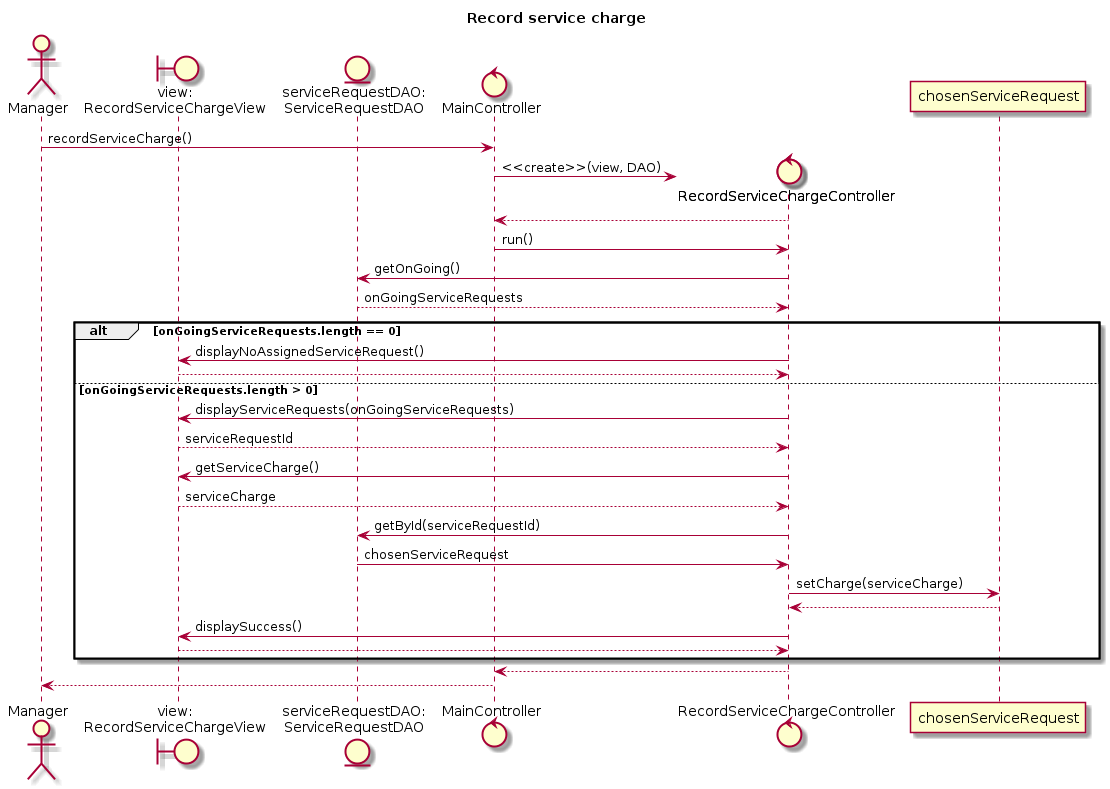
Above: sequence-diagrams/recordServiceCharge.png in wongjiahau/software-design-assignment (PlantUML), before the change.
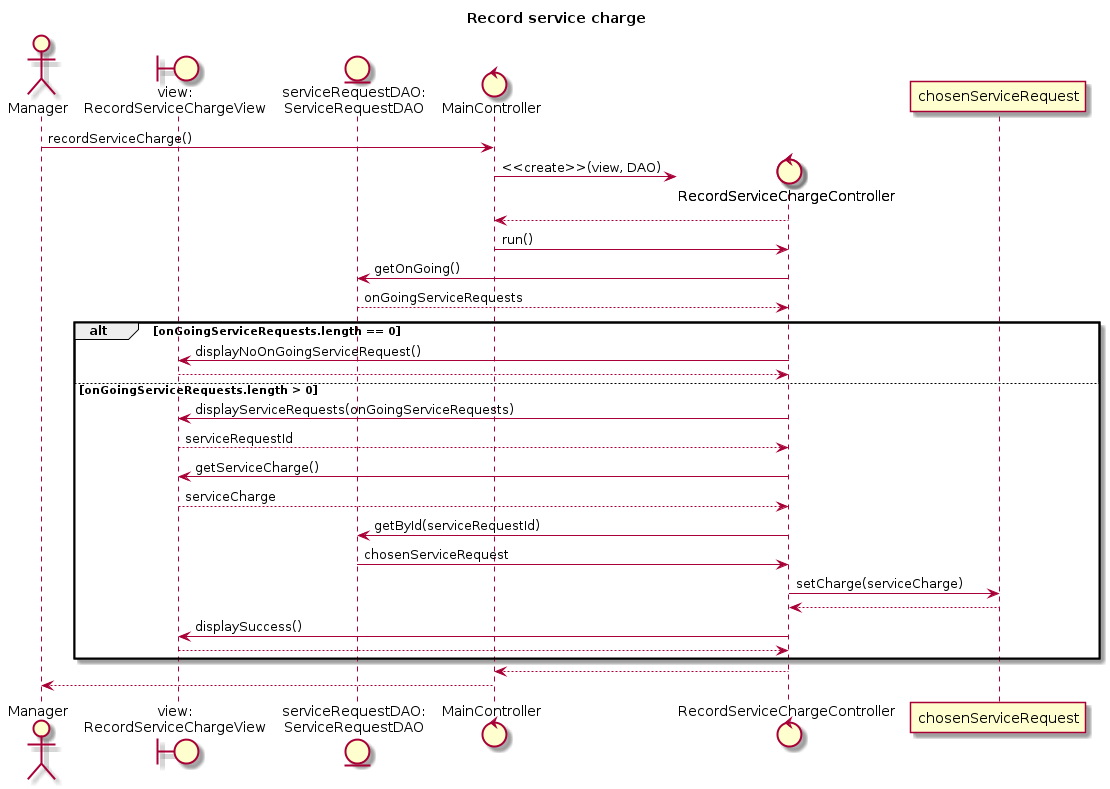
The same diagram one commit later.

Change to the diagram source:
```diff
@@ -13,7 +13,7 @@
 controller -> DAO : getOnGoing()
 DAO --> controller : onGoingServiceRequests
 alt onGoingServiceRequests.length == 0
-    controller -> view : displayNoAssignedServiceRequest()
+    controller -> view : displayNoOnGoingServiceRequest()
     view --> controller
 else onGoingServiceRequests.length > 0
     controller -> view : displayServiceRequests(onGoingServiceRequests)
```
